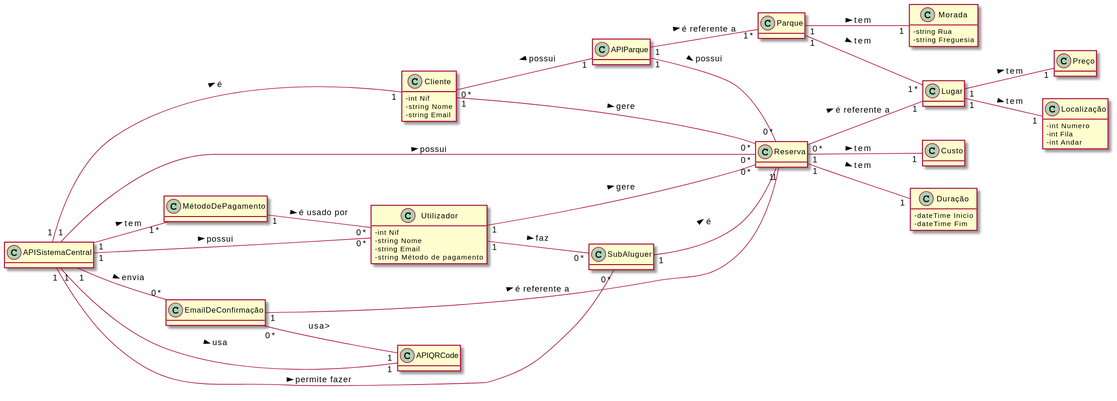
The PlantUML diagram Documentos/Analise OO/MD resumido API Sistema Central.svg in UPskillDOTNET/Jakim-das-Coives-S.A., before a commit. Source of this version:
```plantuml
@startuml
skinparam classAttributeIconSize 0
hide methods
left to right direction

class APISistemaCentral {}

class APIParque {}

class Cliente {
 -int Nif
 -string Nome
 -string Email
}

class Utilizador {
 -int Nif
 -string Nome
 -string Email
 -string Método de pagamento
}

class Reserva {}

class EmailDeConfirmação {}

class Preço {}

class Custo {}

class Parque {}

class Lugar {}

class Localização {
 -int Numero
 -int Fila
 -int Andar
}

class SubAluguer {}

class MétodoDePagamento {}

class APIQRCode {}

class Duração {
 -dateTime Inicio
 -dateTime Fim
}

class Morada {
 -string Rua
 -string Freguesia
}

APISistemaCentral "1" -- "1" Cliente : é >
APISistemaCentral "1" -- "0*" Reserva : possui >
APISistemaCentral "1" -- "0*" Utilizador : possui >
APISistemaCentral "1" -- "1*" MétodoDePagamento : tem >
APISistemaCentral "1" -- "1" APIQRCode : usa >
APISistemaCentral "1" -- "0*" EmailDeConfirmação : envia >
APISistemaCentral "1" -- "0*" SubAluguer : permite fazer >

APIParque "1" -- "1*" Parque : é referente a >
APIParque "1" -- "0*" Reserva : possui >

Cliente "1" -- "0*" Reserva : gere >
Cliente "0*" -- "1" APIParque : possui <

Utilizador "1" -- "0*" Reserva : gere >
Utilizador "1" -- "0*" SubAluguer : faz >

Reserva "0*" -- "1" Lugar : é referente a >
Reserva "1" -- "1" Custo: tem >
Reserva "1" -- "1" Duração : tem >

EmailDeConfirmação "1" -- "1" Reserva : é referente a >

Lugar "1" -- "1" Preço : tem >

Parque "1" -- "1*" Lugar : tem >
Parque "1" -- "1" Morada : tem >

Lugar "1" -- "1" Localização : tem >

SubAluguer "1" -- "1" Reserva : é >

MétodoDePagamento "1" -- "0*" Utilizador : é usado por >

EmailDeConfirmação "0*" -- "1" APIQRCode : usa>
@enduml
```
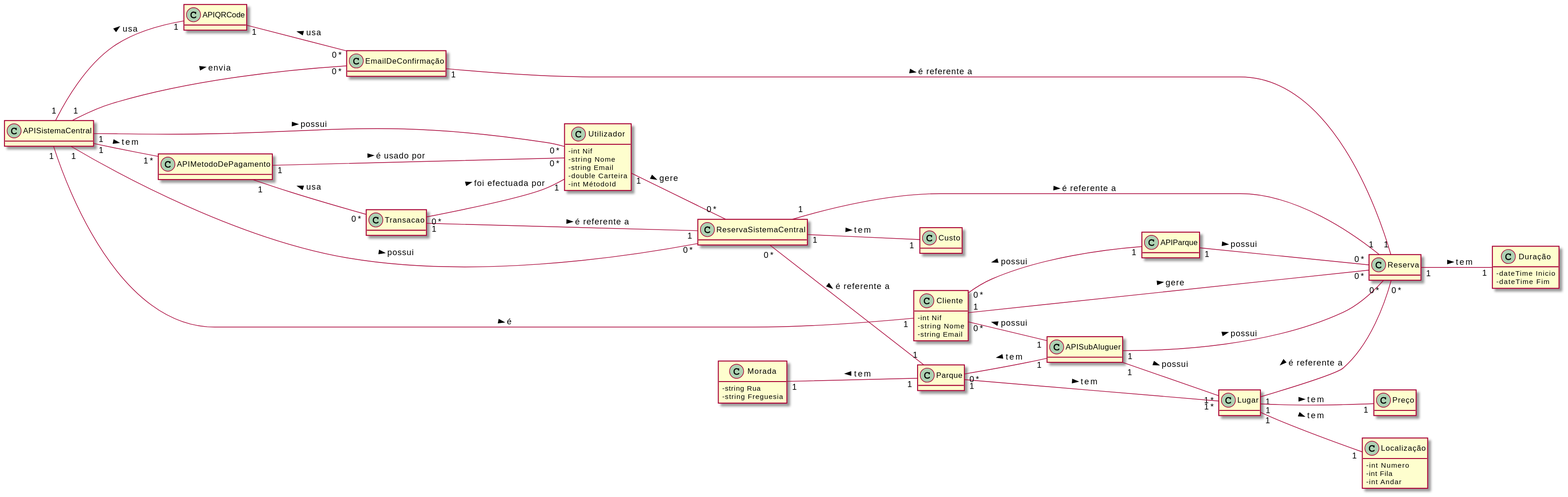
After the commit.

Change to the diagram source:
```diff
@@ -6,6 +6,8 @@
 class APISistemaCentral {}
 
 class APIParque {}
+
+class APISubAluguer {}
 
 class Cliente {
  -int Nif
@@ -17,10 +19,15 @@
  -int Nif
  -string Nome
  -string Email
- -string Método de pagamento
+ -double Carteira
+ -int MétodoId
 }
 
 class Reserva {}
+
+class Transacao {}
+
+class ReservaSistemaCentral {}
 
 class EmailDeConfirmação {}
 
@@ -38,9 +45,7 @@
  -int Andar
 }
 
-class SubAluguer {}
-
-class MétodoDePagamento {}
+class APIMetodoDePagamento {}
 
 class APIQRCode {}
 
@@ -54,39 +59,46 @@
  -string Freguesia
 }
 
+APISistemaCentral "1" -- "1" APIQRCode : usa >
 APISistemaCentral "1" -- "1" Cliente : é >
-APISistemaCentral "1" -- "0*" Reserva : possui >
+APISistemaCentral "1" -- "0*" ReservaSistemaCentral : possui >
 APISistemaCentral "1" -- "0*" Utilizador : possui >
-APISistemaCentral "1" -- "1*" MétodoDePagamento : tem >
-APISistemaCentral "1" -- "1" APIQRCode : usa >
+APISistemaCentral "1" -- "1*" APIMetodoDePagamento : tem >
 APISistemaCentral "1" -- "0*" EmailDeConfirmação : envia >
-APISistemaCentral "1" -- "0*" SubAluguer : permite fazer >
 
-APIParque "1" -- "1*" Parque : é referente a >
+APISubAluguer "1" -- "0*" Reserva : possui >
+APISubAluguer "1" -- "1*" Lugar : possui >
+
 APIParque "1" -- "0*" Reserva : possui >
+
+Transacao"1" -- "1" ReservaSistemaCentral : é referente a >
+Transacao"0*" -- "1" Utilizador : foi efectuada por >
 
 Cliente "1" -- "0*" Reserva : gere >
 Cliente "0*" -- "1" APIParque : possui <
+Cliente "0*" -- "1" APISubAluguer : possui <
 
-Utilizador "1" -- "0*" Reserva : gere >
-Utilizador "1" -- "0*" SubAluguer : faz >
+Utilizador "1" -- "0*" ReservaSistemaCentral : gere >
 
-Reserva "0*" -- "1" Lugar : é referente a >
-Reserva "1" -- "1" Custo: tem >
 Reserva "1" -- "1" Duração : tem >
+
+ReservaSistemaCentral "1" -- "1" Custo: tem >
+ReservaSistemaCentral "1" -- "1" Reserva: é referente a >
+ReservaSistemaCentral "0*" -- "1" Parque: é referente a >
 
 EmailDeConfirmação "1" -- "1" Reserva : é referente a >
 
+APIQRCode "1" -- "0*" EmailDeConfirmação : usa <
+
+Lugar "1" -- "0*" Reserva : é referente a <
 Lugar "1" -- "1" Preço : tem >
+Lugar "1" -- "1" Localização : tem >
 
 Parque "1" -- "1*" Lugar : tem >
-Parque "1" -- "1" Morada : tem >
+Parque"0*" -- "1" APISubAluguer : tem <
 
-Lugar "1" -- "1" Localização : tem >
+Morada "1" -- "1" Parque : tem <
 
-SubAluguer "1" -- "1" Reserva : é >
-
-MétodoDePagamento "1" -- "0*" Utilizador : é usado por >
-
-EmailDeConfirmação "0*" -- "1" APIQRCode : usa>
+APIMetodoDePagamento "1" -- "0*" Transacao: usa <
+APIMetodoDePagamento "1" -- "0*" Utilizador : é usado por >
 @enduml
```
